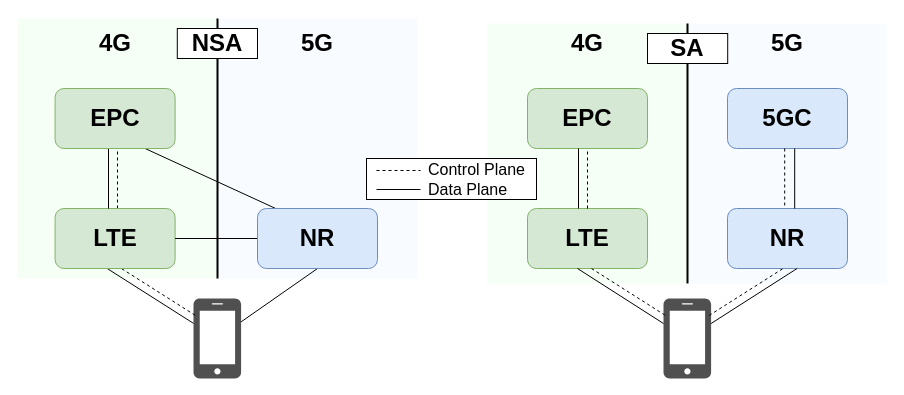
This is MSc_thesis/5-Figures/NSA-vs-SA.drawio from mvromao/thesis, a draw.io file, before an edit. Source tidied: cells renumbered, new cells numbered last; positions are measured from the earlier drawing's top-left corner, leaving out a move shared by most shapes. Both pictures are drawn from the tidied source at 100%, with x=0, y=0 at pixel (17, 18).
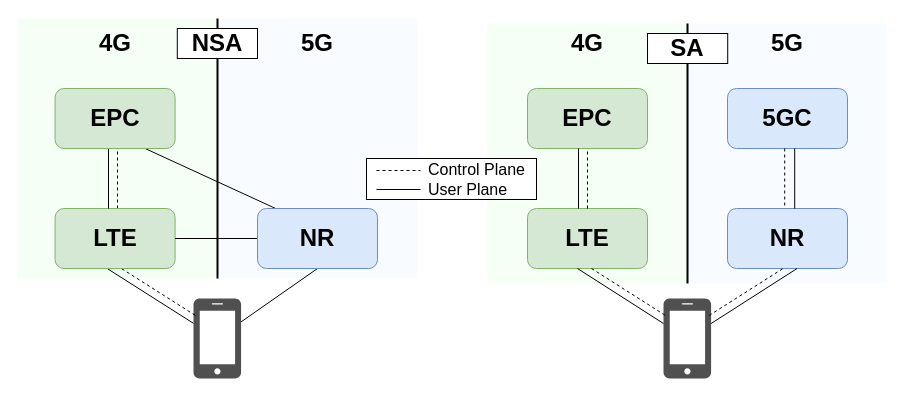
Above is the later version.

What changed in the source:
```diff
@@
-    <mxCell id="40" value="Data Plane" style="text;html=1;whiteSpace=wrap;strokeColor=none;fillColor=none;align=left;verticalAlign=middle;rounded=0;fontSize=16;" parent="1" vertex="1">
+    <mxCell id="40" value="User Plane" style="text;html=1;whiteSpace=wrap;strokeColor=none;fillColor=none;align=left;verticalAlign=middle;rounded=0;fontSize=16;" parent="1" vertex="1">
       <mxGeometry x="409" y="156" width="100" height="30" as="geometry" />
     </mxCell>
```
